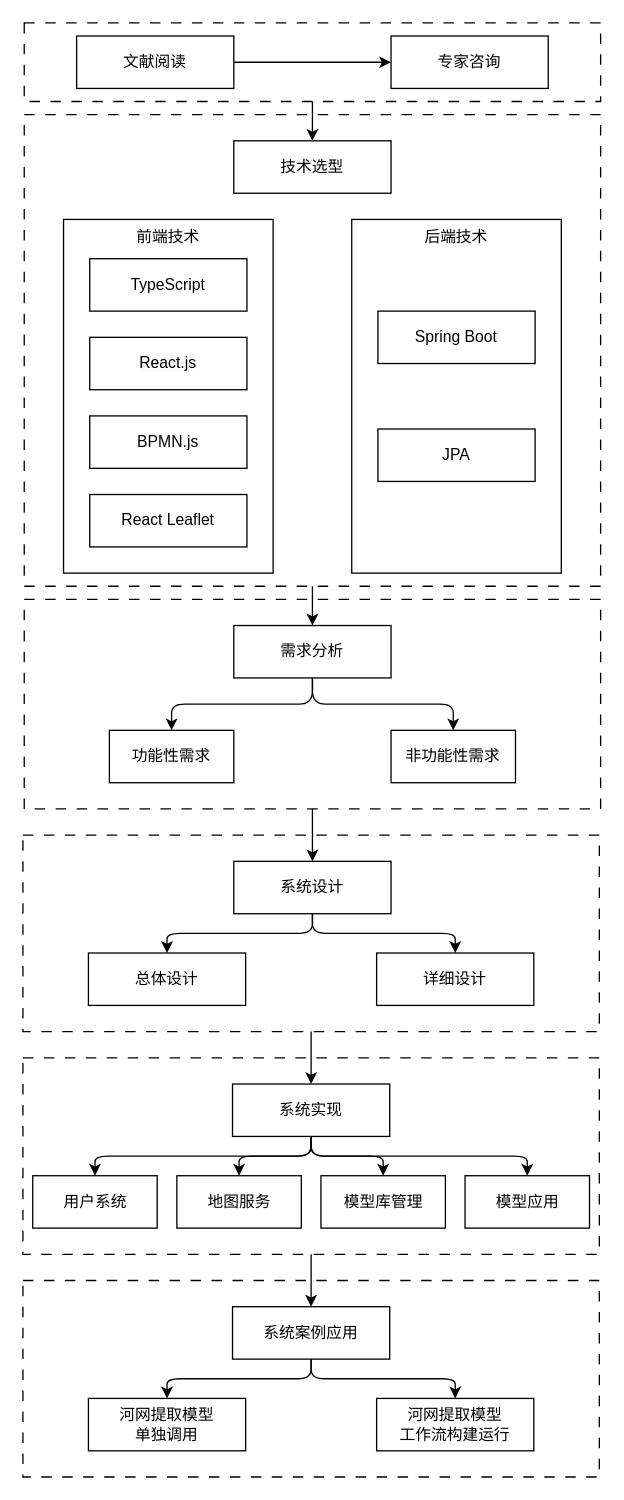
Above: 本科毕设/技术路线图.drawio in Orangon/drawio-digrams (draw.io), before the change. Source tidied: cells renumbered, new cells numbered last; positions are measured from the earlier drawing's top-left corner, leaving out a move shared by most shapes. Both pictures are drawn from the tidied source at 131%, with x=0, y=0 at pixel (22, 22).
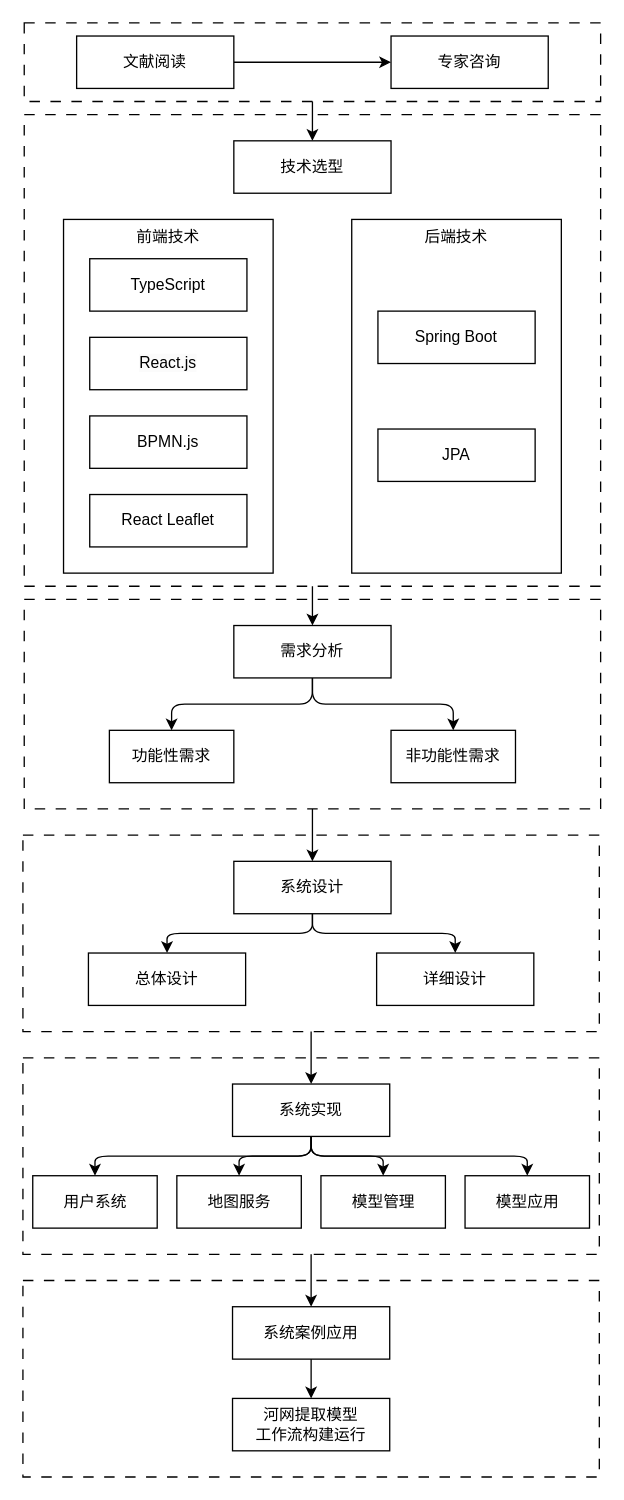
Above is the later version.

Commit message:
更新技术路线图.drawio

The change refers to these unchanged cells:
```xml
<mxCell id="32" value="系统案例应用" style="rounded=0;whiteSpace=wrap;html=1;" parent="1" vertex="1">
  <mxGeometry x="160" y="980" width="120" height="40" as="geometry" />
</mxCell>
```

Change to the diagram source:
```diff
@@
-    <mxCell id="31" style="edgeStyle=elbowEdgeStyle;elbow=vertical;html=1;entryX=0.5;entryY=0;entryDx=0;entryDy=0;" parent="1" edge="1" source="32" target="45">
-      <mxGeometry relative="1" as="geometry" />
-    </mxCell>
@@
     <mxCell id="40" value="河网提取模型&lt;br&gt;工作流构建运行" style="rounded=0;whiteSpace=wrap;html=1;" parent="1" vertex="1">
-      <mxGeometry x="270" y="1050" width="120" height="40" as="geometry" />
+      <mxGeometry x="160" y="1050" width="120" height="40" as="geometry" />
     </mxCell>
@@
-    <mxCell id="43" value="模型库管理" style="rounded=0;whiteSpace=wrap;html=1;" parent="1" vertex="1">
+    <mxCell id="43" value="模型管理" style="rounded=0;whiteSpace=wrap;html=1;" parent="1" vertex="1">
       <mxGeometry x="227.5" y="880" width="95" height="40" as="geometry" />
     </mxCell>
@@
-    <mxCell id="45" value="河网提取模型&lt;br&gt;单独调用" style="rounded=0;whiteSpace=wrap;html=1;" parent="1" vertex="1">
-      <mxGeometry x="50" y="1050" width="120" height="40" as="geometry" />
-    </mxCell>
```
